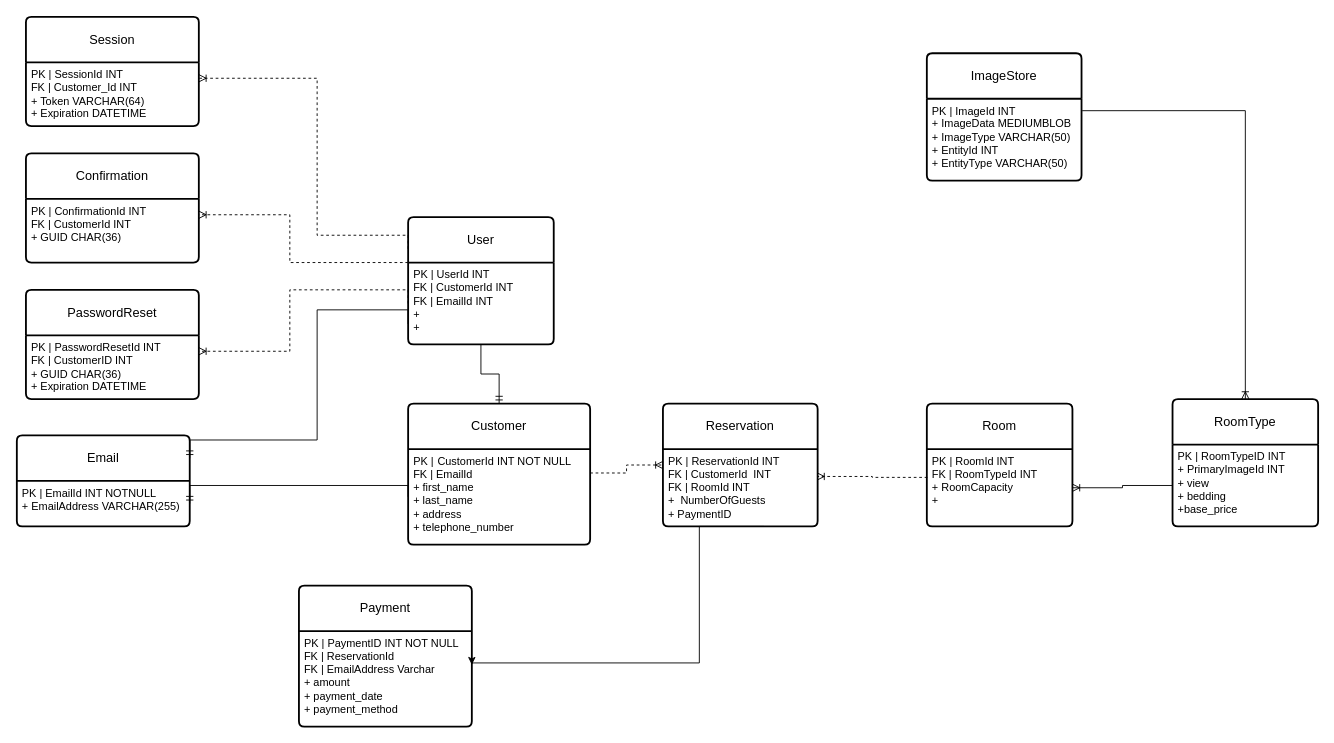
This is MoffatBayDB.drawio from RUKtheCROOK/Moffat-Bay, a draw.io file, before an edit. Source tidied: cells renumbered, new cells numbered last; positions are measured from the earlier drawing's top-left corner, leaving out a move shared by most shapes. Both pictures are drawn from the tidied source at 91%, with x=0, y=0 at pixel (16, 16).
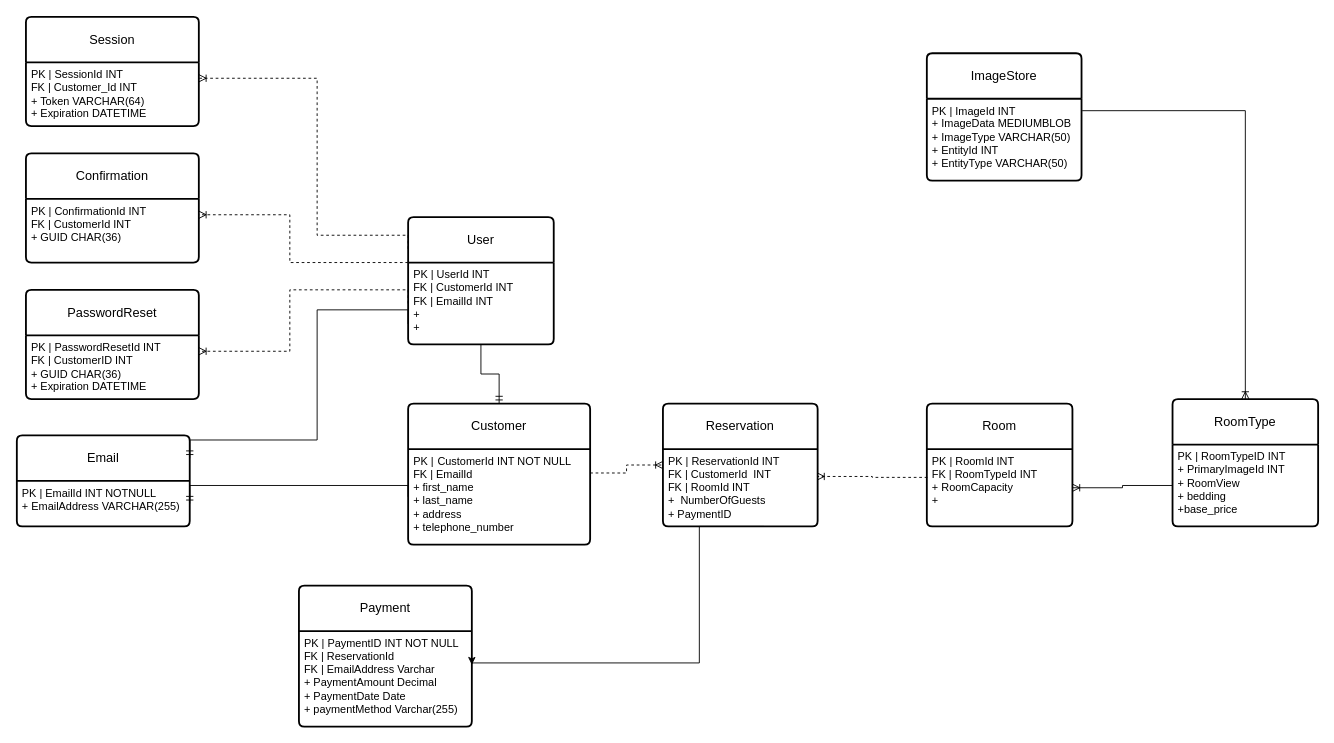
After the change.

Unchanged cells that the change refers to:
```xml
<mxCell id="20" value="RoomType" style="swimlane;horizontal=1;startSize=50;rounded=1;fontSize=14;fontStyle=0;strokeWidth=2;shadow=0;dashed=0;align=center;arcSize=4;whiteSpace=wrap;html=1;" parent="1" vertex="1">
  <mxGeometry x="1270" y="420" width="160" height="140" as="geometry" />
</mxCell>
<mxCell id="32" value="Payment" style="swimlane;horizontal=1;startSize=50;rounded=1;fontSize=14;fontStyle=0;strokeWidth=2;shadow=0;dashed=0;align=center;arcSize=4;whiteSpace=wrap;html=1;" parent="1" vertex="1">
  <mxGeometry x="310" y="625" width="190" height="155" as="geometry" />
</mxCell>
```

What changed in the source:
```diff
@@
-    <mxCell id="21" value="PK | RoomTypeID INT&lt;br&gt;+ PrimaryImageId INT&lt;div&gt;+ view&lt;/div&gt;&lt;div&gt;+ bedding&lt;/div&gt;&lt;div&gt;+base_price&lt;/div&gt;" style="align=left;strokeColor=none;fillColor=none;spacingLeft=4;fontSize=12;verticalAlign=top;html=1;" parent="20" vertex="1">
+    <mxCell id="21" value="PK | RoomTypeID INT&lt;br&gt;+ PrimaryImageId INT&lt;div&gt;+ RoomView&lt;/div&gt;&lt;div&gt;+ bedding&lt;/div&gt;&lt;div&gt;+base_price&lt;/div&gt;" style="align=left;strokeColor=none;fillColor=none;spacingLeft=4;fontSize=12;verticalAlign=top;html=1;" parent="20" vertex="1">
       <mxGeometry y="50" width="160" height="90" as="geometry" />
     </mxCell>
@@
-    <mxCell id="34" value="PK | PaymentID INT NOT NULL&lt;div&gt;FK | ReservationId&lt;br&gt;&lt;div&gt;FK | EmailAddress Varchar&lt;/div&gt;&lt;div&gt;+ amount&lt;/div&gt;&lt;div&gt;+ payment_date&lt;/div&gt;&lt;div&gt;+ payment_method&lt;/div&gt;&lt;/div&gt;" style="align=left;strokeColor=none;fillColor=none;spacingLeft=4;fontSize=12;verticalAlign=top;html=1;" parent="32" vertex="1">
+    <mxCell id="34" value="PK | PaymentID INT NOT NULL&lt;div&gt;FK | ReservationId&lt;br&gt;&lt;div&gt;FK | EmailAddress Varchar&lt;/div&gt;&lt;div&gt;+ PaymentAmount Decimal&lt;/div&gt;&lt;div&gt;+ PaymentDate Date&lt;/div&gt;&lt;div&gt;+ paymentMethod Varchar(255)&lt;/div&gt;&lt;/div&gt;" style="align=left;strokeColor=none;fillColor=none;spacingLeft=4;fontSize=12;verticalAlign=top;html=1;" parent="32" vertex="1">
       <mxGeometry y="50" width="190" height="105" as="geometry" />
     </mxCell>
```
